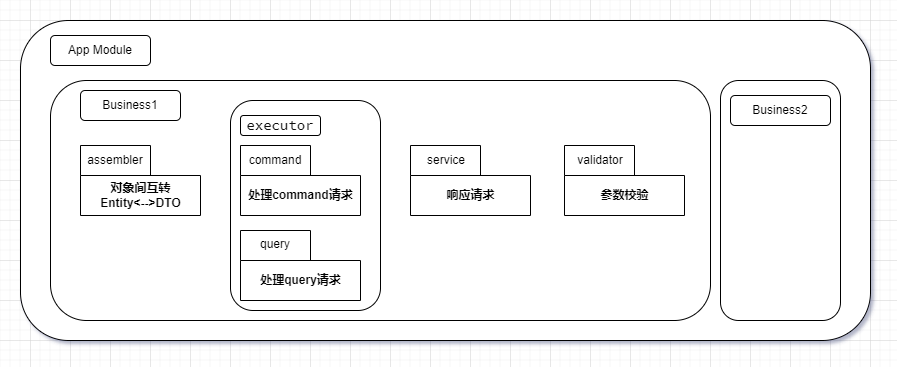
Before: doc/image/witboot-app.png, a diagram exported from draw.io (sunxiaozhi/WitBoot). Source tidied: cells renumbered, new cells last; positions are measured from the earlier drawing's top-left corner, leaving out a move shared by most shapes. The source it was exported from:
```xml
<mxGraphModel>
  <root>
    <mxCell id="0" />
    <mxCell id="1" parent="0" />
    <mxCell id="2" style="rounded=1;whiteSpace=wrap;html=1;" parent="1" vertex="1">
      <mxGeometry width="850" height="320" as="geometry" />
    </mxCell>
    <mxCell id="3" style="rounded=1;whiteSpace=wrap;html=1;" parent="1" vertex="1">
      <mxGeometry x="30" y="60" width="660" height="240" as="geometry" />
    </mxCell>
    <mxCell id="4" style="rounded=1;whiteSpace=wrap;html=1;" parent="1" vertex="1">
      <mxGeometry x="210" y="80" width="150" height="210" as="geometry" />
    </mxCell>
    <mxCell id="5" value="对象间互转&lt;br&gt;Entity&amp;lt;--&amp;gt;DTO" style="shape=folder;fontStyle=1;tabWidth=70;tabHeight=30;tabPosition=left;html=1;boundedLbl=1;" parent="1" vertex="1">
      <mxGeometry x="60" y="125" width="120" height="70" as="geometry" />
    </mxCell>
    <mxCell id="6" value="响应请求" style="shape=folder;fontStyle=1;tabWidth=70;tabHeight=30;tabPosition=left;html=1;boundedLbl=1;" parent="1" vertex="1">
      <mxGeometry x="390" y="125" width="120" height="70" as="geometry" />
    </mxCell>
    <mxCell id="7" value="App Module" style="rounded=1;whiteSpace=wrap;html=1;" parent="1" vertex="1">
      <mxGeometry x="30" y="15" width="100" height="30" as="geometry" />
    </mxCell>
    <mxCell id="8" value="Business1" style="rounded=1;whiteSpace=wrap;html=1;" parent="1" vertex="1">
      <mxGeometry x="60" y="70" width="100" height="30" as="geometry" />
    </mxCell>
    <mxCell id="9" value="处理command请求" style="shape=folder;fontStyle=1;tabWidth=70;tabHeight=30;tabPosition=left;html=1;boundedLbl=1;" parent="1" vertex="1">
      <mxGeometry x="220" y="125" width="120" height="70" as="geometry" />
    </mxCell>
    <mxCell id="10" value="service" style="text;html=1;strokeColor=none;fillColor=none;align=center;verticalAlign=middle;whiteSpace=wrap;rounded=0;" parent="1" vertex="1">
      <mxGeometry x="406" y="130" width="40" height="20" as="geometry" />
    </mxCell>
    <mxCell id="11" style="edgeStyle=orthogonalEdgeStyle;rounded=0;orthogonalLoop=1;jettySize=auto;html=1;exitX=0.5;exitY=1;exitDx=0;exitDy=0;" parent="1" edge="1">
      <mxGeometry relative="1" as="geometry">
        <mxPoint x="90" y="169" as="sourcePoint" />
        <mxPoint x="90" y="169" as="targetPoint" />
      </mxGeometry>
    </mxCell>
    <mxCell id="12" value="参数校验" style="shape=folder;fontStyle=1;tabWidth=70;tabHeight=30;tabPosition=left;html=1;boundedLbl=1;" parent="1" vertex="1">
      <mxGeometry x="544" y="125" width="120" height="70" as="geometry" />
    </mxCell>
    <mxCell id="13" value="处理query请求" style="shape=folder;fontStyle=1;tabWidth=70;tabHeight=30;tabPosition=left;html=1;boundedLbl=1;" parent="1" vertex="1">
      <mxGeometry x="220" y="210" width="120" height="70" as="geometry" />
    </mxCell>
    <mxCell id="14" value="command" style="text;html=1;strokeColor=none;fillColor=none;align=center;verticalAlign=middle;whiteSpace=wrap;rounded=0;" parent="1" vertex="1">
      <mxGeometry x="235" y="130" width="40" height="20" as="geometry" />
    </mxCell>
    <mxCell id="15" value="assembler" style="text;html=1;strokeColor=none;fillColor=none;align=center;verticalAlign=middle;whiteSpace=wrap;rounded=0;" parent="1" vertex="1">
      <mxGeometry x="75" y="130" width="40" height="20" as="geometry" />
    </mxCell>
    <mxCell id="16" value="validator" style="text;html=1;strokeColor=none;fillColor=none;align=center;verticalAlign=middle;whiteSpace=wrap;rounded=0;" parent="1" vertex="1">
      <mxGeometry x="560" y="130" width="40" height="20" as="geometry" />
    </mxCell>
    <mxCell id="17" value="query" style="text;html=1;strokeColor=none;fillColor=none;align=center;verticalAlign=middle;whiteSpace=wrap;rounded=0;" parent="1" vertex="1">
      <mxGeometry x="235" y="214" width="40" height="20" as="geometry" />
    </mxCell>
    <mxCell id="18" style="rounded=1;whiteSpace=wrap;html=1;" parent="1" vertex="1">
      <mxGeometry x="700" y="60" width="120" height="240" as="geometry" />
    </mxCell>
    <mxCell id="19" value="Business2" style="rounded=1;whiteSpace=wrap;html=1;" parent="1" vertex="1">
      <mxGeometry x="710" y="75" width="100" height="30" as="geometry" />
    </mxCell>
    <mxCell id="20" value="&lt;div style=&quot;background-color: rgb(255, 255, 255); color: rgb(8, 8, 8); font-family: &amp;quot;Source Code Pro&amp;quot;, monospace; font-size: 10.5pt;&quot;&gt;executor&lt;/div&gt;" style="rounded=1;whiteSpace=wrap;html=1;" parent="1" vertex="1">
      <mxGeometry x="220" y="95" width="80" height="20" as="geometry" />
    </mxCell>
  </root>
</mxGraphModel>
```
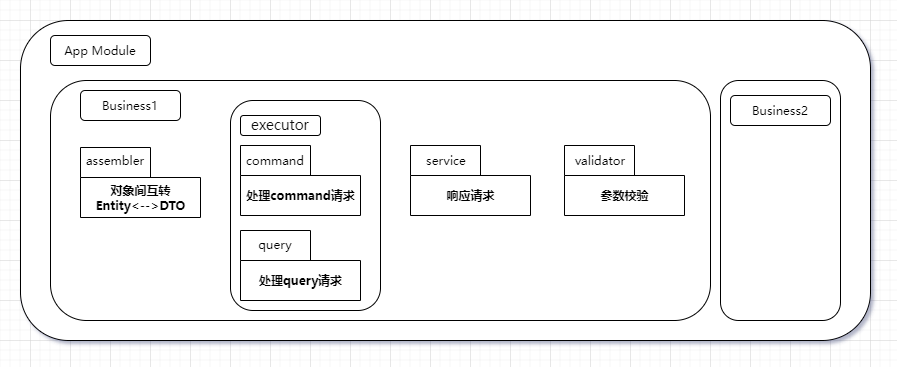
The same file after the commit.

The edit, as a diff of the source:
```diff
@@ -2,64 +2,64 @@
   <root>
     <mxCell id="0" />
     <mxCell id="1" parent="0" />
-    <mxCell id="2" style="rounded=1;whiteSpace=wrap;html=1;" parent="1" vertex="1">
+    <mxCell id="2" style="rounded=1;whiteSpace=wrap;html=1;fontFamily=SourceCodePro-Medium;" parent="1" vertex="1">
       <mxGeometry width="850" height="320" as="geometry" />
     </mxCell>
-    <mxCell id="3" style="rounded=1;whiteSpace=wrap;html=1;" parent="1" vertex="1">
+    <mxCell id="3" style="rounded=1;whiteSpace=wrap;html=1;fontFamily=SourceCodePro-Medium;" parent="1" vertex="1">
       <mxGeometry x="30" y="60" width="660" height="240" as="geometry" />
     </mxCell>
-    <mxCell id="4" style="rounded=1;whiteSpace=wrap;html=1;" parent="1" vertex="1">
+    <mxCell id="4" style="rounded=1;whiteSpace=wrap;html=1;fontFamily=SourceCodePro-Medium;" parent="1" vertex="1">
       <mxGeometry x="210" y="80" width="150" height="210" as="geometry" />
     </mxCell>
-    <mxCell id="5" value="对象间互转&lt;br&gt;Entity&amp;lt;--&amp;gt;DTO" style="shape=folder;fontStyle=1;tabWidth=70;tabHeight=30;tabPosition=left;html=1;boundedLbl=1;" parent="1" vertex="1">
-      <mxGeometry x="60" y="125" width="120" height="70" as="geometry" />
+    <mxCell id="5" value="对象间互转&lt;br&gt;Entity&amp;lt;--&amp;gt;DTO" style="shape=folder;fontStyle=1;tabWidth=70;tabHeight=30;tabPosition=left;html=1;boundedLbl=1;fontFamily=SourceCodePro-Medium;" parent="1" vertex="1">
+      <mxGeometry x="60" y="127" width="120" height="70" as="geometry" />
     </mxCell>
-    <mxCell id="6" value="响应请求" style="shape=folder;fontStyle=1;tabWidth=70;tabHeight=30;tabPosition=left;html=1;boundedLbl=1;" parent="1" vertex="1">
+    <mxCell id="6" value="响应请求" style="shape=folder;fontStyle=1;tabWidth=70;tabHeight=30;tabPosition=left;html=1;boundedLbl=1;fontFamily=SourceCodePro-Medium;" parent="1" vertex="1">
       <mxGeometry x="390" y="125" width="120" height="70" as="geometry" />
     </mxCell>
-    <mxCell id="7" value="App Module" style="rounded=1;whiteSpace=wrap;html=1;" parent="1" vertex="1">
+    <mxCell id="7" value="App Module" style="rounded=1;whiteSpace=wrap;html=1;fontFamily=SourceCodePro-Medium;" parent="1" vertex="1">
       <mxGeometry x="30" y="15" width="100" height="30" as="geometry" />
     </mxCell>
-    <mxCell id="8" value="Business1" style="rounded=1;whiteSpace=wrap;html=1;" parent="1" vertex="1">
+    <mxCell id="8" value="Business1" style="rounded=1;whiteSpace=wrap;html=1;fontFamily=SourceCodePro-Medium;" parent="1" vertex="1">
       <mxGeometry x="60" y="70" width="100" height="30" as="geometry" />
     </mxCell>
-    <mxCell id="9" value="处理command请求" style="shape=folder;fontStyle=1;tabWidth=70;tabHeight=30;tabPosition=left;html=1;boundedLbl=1;" parent="1" vertex="1">
+    <mxCell id="9" value="处理command请求" style="shape=folder;fontStyle=1;tabWidth=70;tabHeight=30;tabPosition=left;html=1;boundedLbl=1;fontFamily=SourceCodePro-Medium;" parent="1" vertex="1">
       <mxGeometry x="220" y="125" width="120" height="70" as="geometry" />
     </mxCell>
-    <mxCell id="10" value="service" style="text;html=1;strokeColor=none;fillColor=none;align=center;verticalAlign=middle;whiteSpace=wrap;rounded=0;" parent="1" vertex="1">
+    <mxCell id="10" value="service" style="text;html=1;strokeColor=none;fillColor=none;align=center;verticalAlign=middle;whiteSpace=wrap;rounded=0;fontFamily=SourceCodePro-Medium;" parent="1" vertex="1">
       <mxGeometry x="406" y="130" width="40" height="20" as="geometry" />
     </mxCell>
-    <mxCell id="11" style="edgeStyle=orthogonalEdgeStyle;rounded=0;orthogonalLoop=1;jettySize=auto;html=1;exitX=0.5;exitY=1;exitDx=0;exitDy=0;" parent="1" edge="1">
+    <mxCell id="11" style="edgeStyle=orthogonalEdgeStyle;rounded=0;orthogonalLoop=1;jettySize=auto;html=1;exitX=0.5;exitY=1;exitDx=0;exitDy=0;fontFamily=SourceCodePro-Medium;" parent="1" edge="1">
       <mxGeometry relative="1" as="geometry">
         <mxPoint x="90" y="169" as="sourcePoint" />
         <mxPoint x="90" y="169" as="targetPoint" />
       </mxGeometry>
     </mxCell>
-    <mxCell id="12" value="参数校验" style="shape=folder;fontStyle=1;tabWidth=70;tabHeight=30;tabPosition=left;html=1;boundedLbl=1;" parent="1" vertex="1">
+    <mxCell id="12" value="参数校验" style="shape=folder;fontStyle=1;tabWidth=70;tabHeight=30;tabPosition=left;html=1;boundedLbl=1;fontFamily=SourceCodePro-Medium;" parent="1" vertex="1">
       <mxGeometry x="544" y="125" width="120" height="70" as="geometry" />
     </mxCell>
-    <mxCell id="13" value="处理query请求" style="shape=folder;fontStyle=1;tabWidth=70;tabHeight=30;tabPosition=left;html=1;boundedLbl=1;" parent="1" vertex="1">
+    <mxCell id="13" value="处理query请求" style="shape=folder;fontStyle=1;tabWidth=70;tabHeight=30;tabPosition=left;html=1;boundedLbl=1;fontFamily=SourceCodePro-Medium;" parent="1" vertex="1">
       <mxGeometry x="220" y="210" width="120" height="70" as="geometry" />
     </mxCell>
-    <mxCell id="14" value="command" style="text;html=1;strokeColor=none;fillColor=none;align=center;verticalAlign=middle;whiteSpace=wrap;rounded=0;" parent="1" vertex="1">
+    <mxCell id="14" value="command" style="text;html=1;strokeColor=none;fillColor=none;align=center;verticalAlign=middle;whiteSpace=wrap;rounded=0;fontFamily=SourceCodePro-Medium;" parent="1" vertex="1">
       <mxGeometry x="235" y="130" width="40" height="20" as="geometry" />
     </mxCell>
-    <mxCell id="15" value="assembler" style="text;html=1;strokeColor=none;fillColor=none;align=center;verticalAlign=middle;whiteSpace=wrap;rounded=0;" parent="1" vertex="1">
+    <mxCell id="15" value="assembler" style="text;html=1;strokeColor=none;fillColor=none;align=center;verticalAlign=middle;whiteSpace=wrap;rounded=0;fontFamily=SourceCodePro-Medium;" parent="1" vertex="1">
       <mxGeometry x="75" y="130" width="40" height="20" as="geometry" />
     </mxCell>
-    <mxCell id="16" value="validator" style="text;html=1;strokeColor=none;fillColor=none;align=center;verticalAlign=middle;whiteSpace=wrap;rounded=0;" parent="1" vertex="1">
+    <mxCell id="16" value="validator" style="text;html=1;strokeColor=none;fillColor=none;align=center;verticalAlign=middle;whiteSpace=wrap;rounded=0;fontFamily=SourceCodePro-Medium;" parent="1" vertex="1">
       <mxGeometry x="560" y="130" width="40" height="20" as="geometry" />
     </mxCell>
-    <mxCell id="17" value="query" style="text;html=1;strokeColor=none;fillColor=none;align=center;verticalAlign=middle;whiteSpace=wrap;rounded=0;" parent="1" vertex="1">
+    <mxCell id="17" value="query" style="text;html=1;strokeColor=none;fillColor=none;align=center;verticalAlign=middle;whiteSpace=wrap;rounded=0;fontFamily=SourceCodePro-Medium;" parent="1" vertex="1">
       <mxGeometry x="235" y="214" width="40" height="20" as="geometry" />
     </mxCell>
-    <mxCell id="18" style="rounded=1;whiteSpace=wrap;html=1;" parent="1" vertex="1">
+    <mxCell id="18" style="rounded=1;whiteSpace=wrap;html=1;fontFamily=SourceCodePro-Medium;" parent="1" vertex="1">
       <mxGeometry x="700" y="60" width="120" height="240" as="geometry" />
     </mxCell>
-    <mxCell id="19" value="Business2" style="rounded=1;whiteSpace=wrap;html=1;" parent="1" vertex="1">
+    <mxCell id="19" value="Business2" style="rounded=1;whiteSpace=wrap;html=1;fontFamily=SourceCodePro-Medium;" parent="1" vertex="1">
       <mxGeometry x="710" y="75" width="100" height="30" as="geometry" />
     </mxCell>
-    <mxCell id="20" value="&lt;div style=&quot;background-color: rgb(255, 255, 255); color: rgb(8, 8, 8); font-family: &amp;quot;Source Code Pro&amp;quot;, monospace; font-size: 10.5pt;&quot;&gt;executor&lt;/div&gt;" style="rounded=1;whiteSpace=wrap;html=1;" parent="1" vertex="1">
+    <mxCell id="20" value="&lt;div style=&quot;background-color: rgb(255, 255, 255); color: rgb(8, 8, 8); font-size: 10.5pt;&quot;&gt;executor&lt;/div&gt;" style="rounded=1;whiteSpace=wrap;html=1;fontFamily=SourceCodePro-Medium;" parent="1" vertex="1">
       <mxGeometry x="220" y="95" width="80" height="20" as="geometry" />
     </mxCell>
   </root>
```
